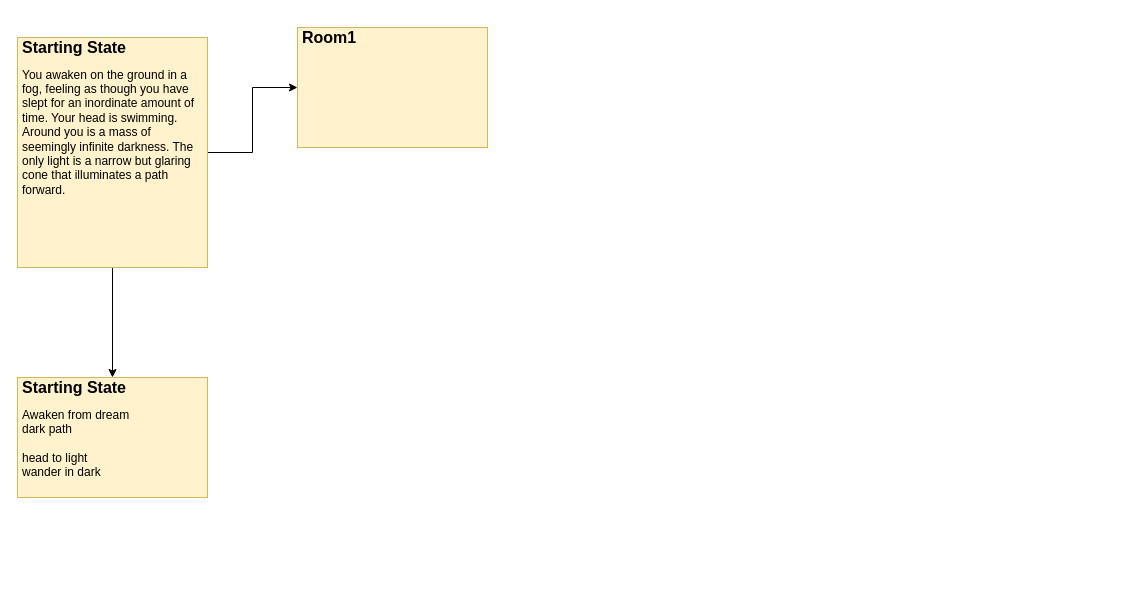
jtellis80/Unity-2D keeps this draw.io diagram as Untitled Diagram.drawio. Above is the earlier version. Source tidied: cells renumbered, new cells numbered last; positions are measured from the earlier drawing's top-left corner, leaving out a move shared by most shapes. Both pictures are drawn from the tidied source at 100%, with x=0, y=0 at pixel (17, 27).
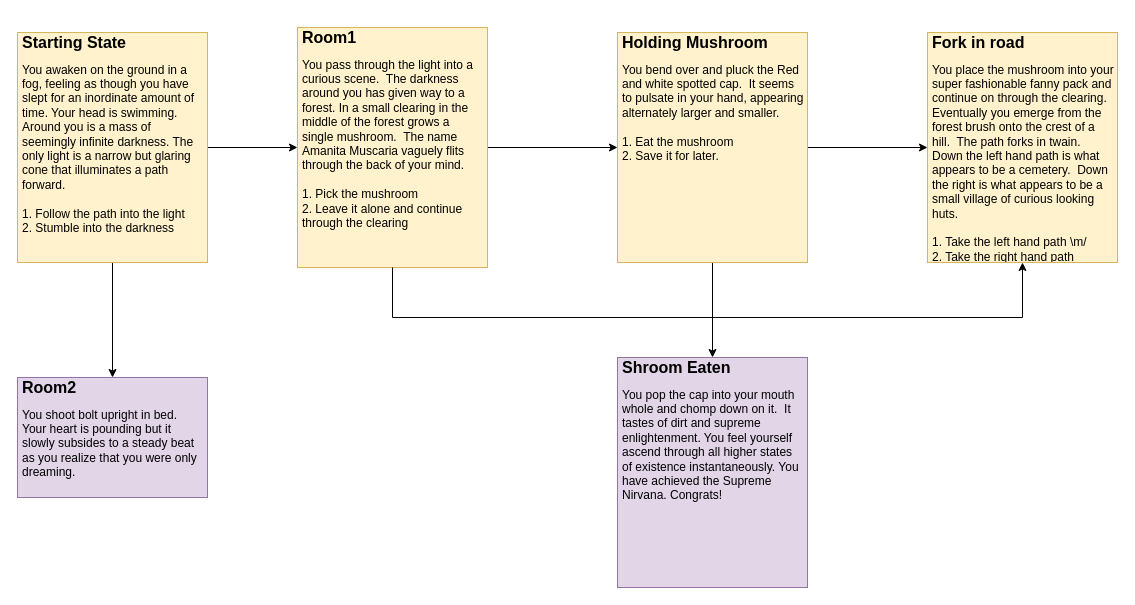
Above is the later version.

What changed in the source:
```diff
@@
 <mxGraphModel>
   <root>
     <mxCell id="0" />
     <mxCell id="1" parent="0" />
     <mxCell id="2" style="edgeStyle=orthogonalEdgeStyle;rounded=0;jettySize=auto;html=1;" parent="1" edge="1" source="4" target="5">
       <mxGeometry relative="1" as="geometry" />
     </mxCell>
     <mxCell id="3" style="edgeStyle=orthogonalEdgeStyle;rounded=0;jettySize=auto;html=1;" parent="1" edge="1" source="4" target="6">
       <mxGeometry relative="1" as="geometry" />
     </mxCell>
-    <mxCell id="4" value="&lt;h1 style=&quot;font-size: 16px&quot;&gt;Starting State&lt;/h1&gt;&lt;div&gt;You awaken on the ground in a fog, feeling as though you have slept for an inordinate amount of time. Your head is swimming. Around you is a mass of seemingly infinite darkness. The only light is a narrow but glaring cone that illuminates a path forward.&amp;nbsp;&lt;/div&gt;&lt;div&gt;&lt;br&gt;&lt;/div&gt;&lt;div&gt;&lt;br&gt;&lt;/div&gt;" style="text;html=1;strokeColor=#d6b656;fillColor=#fff2cc;spacing=5;spacingTop=-20;whiteSpace=wrap;overflow=hidden;rounded=0;comic=0;glass=0;labelBorderColor=none;perimeterSpacing=0;direction=west;" parent="1" vertex="1">
-      <mxGeometry y="10" width="190" height="230" as="geometry" />
+    <mxCell id="4" value="&lt;h1 style=&quot;font-size: 16px&quot;&gt;Starting State&lt;/h1&gt;&lt;div&gt;You awaken on the ground in a fog, feeling as though you have slept for an inordinate amount of time. Your head is swimming. Around you is a mass of seemingly infinite darkness. The only light is a narrow but glaring cone that illuminates a path forward.&amp;nbsp;&lt;/div&gt;&lt;div&gt;&lt;br&gt;&lt;/div&gt;&lt;div&gt;1. Follow the path into the light&lt;/div&gt;&lt;div&gt;2. Stumble into the darkness&lt;/div&gt;" style="text;html=1;strokeColor=#d6b656;fillColor=#fff2cc;spacing=5;spacingTop=-20;whiteSpace=wrap;overflow=hidden;rounded=0;comic=0;glass=0;labelBorderColor=none;perimeterSpacing=0;direction=west;" parent="1" vertex="1">
+      <mxGeometry y="5" width="190" height="230" as="geometry" />
     </mxCell>
+    <mxCell id="7" style="edgeStyle=orthogonalEdgeStyle;rounded=0;jettySize=auto;html=1;entryX=1;entryY=0.5;entryDx=0;entryDy=0;" parent="1" edge="1" source="5" target="10">
+      <mxGeometry relative="1" as="geometry" />
+    </mxCell>
-    <mxCell id="5" value="&lt;h1 style=&quot;font-size: 16px&quot;&gt;Room1&lt;/h1&gt;&lt;div&gt;&lt;br&gt;&lt;/div&gt;" style="text;html=1;strokeColor=#d6b656;fillColor=#fff2cc;spacing=5;spacingTop=-20;whiteSpace=wrap;overflow=hidden;rounded=0;comic=0;glass=0;labelBorderColor=none;perimeterSpacing=0;" parent="1" vertex="1">
-      <mxGeometry x="280" width="190" height="120" as="geometry" />
+    <mxCell id="5" value="&lt;h1 style=&quot;font-size: 16px&quot;&gt;Room1&lt;/h1&gt;&lt;div&gt;You pass through the light into a curious scene.&amp;nbsp; The darkness around you has given way to a forest. In a small clearing in the middle of the forest grows a single mushroom.&amp;nbsp; The name Amanita Muscaria vaguely flits through the back of your mind.&lt;/div&gt;&lt;div&gt;&lt;br&gt;&lt;/div&gt;&lt;div&gt;1. Pick the mushroom&lt;/div&gt;&lt;div&gt;2. Leave it alone and continue through the clearing&lt;/div&gt;" style="text;html=1;strokeColor=#d6b656;fillColor=#fff2cc;spacing=5;spacingTop=-20;whiteSpace=wrap;overflow=hidden;rounded=0;comic=0;glass=0;labelBorderColor=none;perimeterSpacing=0;" parent="1" vertex="1">
+      <mxGeometry x="280" width="190" height="240" as="geometry" />
     </mxCell>
-    <mxCell id="6" value="&lt;h1 style=&quot;font-size: 16px&quot;&gt;Starting State&lt;/h1&gt;&lt;div&gt;Awaken from dream&lt;/div&gt;&lt;div&gt;dark path&lt;/div&gt;&lt;div&gt;&lt;br&gt;&lt;/div&gt;&lt;div&gt;head to light&amp;nbsp;&lt;/div&gt;&lt;div&gt;wander in dark&lt;/div&gt;" style="text;html=1;strokeColor=#d6b656;fillColor=#fff2cc;spacing=5;spacingTop=-20;whiteSpace=wrap;overflow=hidden;rounded=0;comic=0;glass=0;labelBorderColor=none;perimeterSpacing=0;" parent="1" vertex="1">
+    <mxCell id="6" value="&lt;h1 style=&quot;font-size: 16px&quot;&gt;Room2&lt;/h1&gt;&lt;div&gt;You shoot bolt upright in bed.&amp;nbsp; Your heart is pounding but it slowly subsides to a steady beat as you realize that you were only dreaming.&lt;/div&gt;" style="text;html=1;strokeColor=#9673a6;fillColor=#e1d5e7;spacing=5;spacingTop=-20;whiteSpace=wrap;overflow=hidden;rounded=0;comic=0;glass=0;labelBorderColor=none;perimeterSpacing=0;" parent="1" vertex="1">
       <mxGeometry y="350" width="190" height="120" as="geometry" />
     </mxCell>
+    <mxCell id="8" style="edgeStyle=orthogonalEdgeStyle;rounded=0;jettySize=auto;html=1;" parent="1" edge="1" source="10" target="11">
+      <mxGeometry relative="1" as="geometry" />
+    </mxCell>
+    <mxCell id="9" style="edgeStyle=orthogonalEdgeStyle;rounded=0;jettySize=auto;html=1;" parent="1" edge="1" source="10" target="12">
+      <mxGeometry relative="1" as="geometry" />
+    </mxCell>
+    <mxCell id="10" value="&lt;h1 style=&quot;font-size: 16px&quot;&gt;Holding Mushroom&lt;/h1&gt;&lt;div&gt;You bend over and pluck the Red and white spotted cap.&amp;nbsp; It seems to pulsate in your hand, appearing alternately larger and smaller.&lt;/div&gt;&lt;div&gt;&lt;br&gt;&lt;/div&gt;&lt;div&gt;1. Eat the mushroom&lt;/div&gt;&lt;div&gt;2. Save it for later.&lt;/div&gt;" style="text;html=1;strokeColor=#d6b656;fillColor=#fff2cc;spacing=5;spacingTop=-20;whiteSpace=wrap;overflow=hidden;rounded=0;comic=0;glass=0;labelBorderColor=none;perimeterSpacing=0;direction=west;" parent="1" vertex="1">
+      <mxGeometry x="600" y="5" width="190" height="230" as="geometry" />
+    </mxCell>
+    <mxCell id="11" value="&lt;h1 style=&quot;font-size: 16px&quot;&gt;Fork in road&lt;/h1&gt;&lt;div&gt;You place the mushroom into your super fashionable fanny pack and continue on through the clearing.&amp;nbsp; Eventually you emerge from the forest brush onto the crest of a hill.&amp;nbsp; The path forks in twain. Down the left hand path is what appears to be a cemetery.&amp;nbsp; Down the right is what appears to be a small village of curious looking huts.&lt;/div&gt;&lt;div&gt;&lt;br&gt;&lt;/div&gt;&lt;div&gt;1. Take the left hand path \m/&lt;/div&gt;&lt;div&gt;2. Take the right hand path&lt;/div&gt;" style="text;html=1;strokeColor=#d6b656;fillColor=#fff2cc;spacing=5;spacingTop=-20;whiteSpace=wrap;overflow=hidden;rounded=0;comic=0;glass=0;labelBorderColor=none;perimeterSpacing=0;direction=west;" parent="1" vertex="1">
+      <mxGeometry x="910" y="5" width="190" height="230" as="geometry" />
+    </mxCell>
+    <mxCell id="12" value="&lt;h1 style=&quot;font-size: 16px&quot;&gt;Shroom Eaten&lt;/h1&gt;&lt;div&gt;You pop the cap into your mouth whole and chomp down on it.&amp;nbsp; It tastes of dirt and supreme enlightenment. You feel yourself ascend through all higher states of existence instantaneously. You have achieved the Supreme Nirvana. Congrats!&lt;/div&gt;" style="text;html=1;strokeColor=#9673a6;fillColor=#e1d5e7;spacing=5;spacingTop=-20;whiteSpace=wrap;overflow=hidden;rounded=0;comic=0;glass=0;labelBorderColor=none;perimeterSpacing=0;direction=west;" parent="1" vertex="1">
+      <mxGeometry x="600" y="330" width="190" height="230" as="geometry" />
+    </mxCell>
+    <mxCell id="13" style="edgeStyle=orthogonalEdgeStyle;rounded=0;jettySize=auto;html=1;" parent="1" edge="1" source="5" target="11">
+      <mxGeometry relative="1" as="geometry">
+        <Array as="points">
+          <mxPoint x="375" y="290" />
+          <mxPoint x="1005" y="290" />
+        </Array>
+      </mxGeometry>
+    </mxCell>
   </root>
 </mxGraphModel>
```
